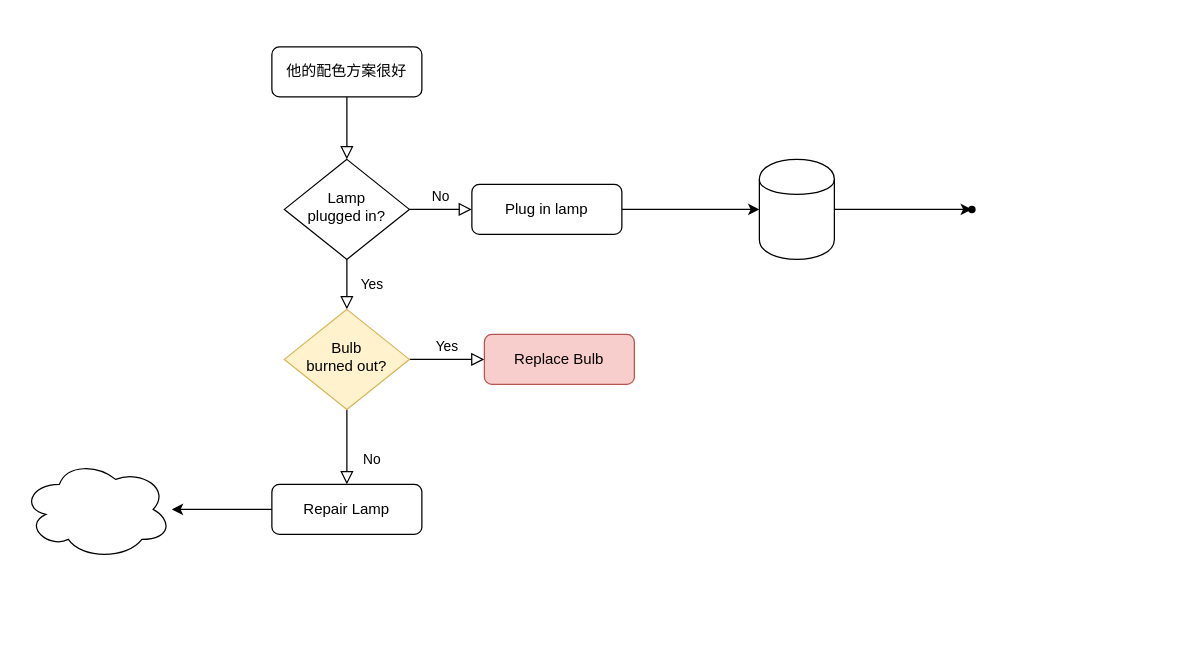
Above: Untitled Diagram.drawio in jxjgssylsg/YLResources (draw.io), before the change. Source tidied: cells renumbered, new cells numbered last; positions are measured from the earlier drawing's top-left corner, leaving out a move shared by most shapes. Both pictures are drawn from the tidied source at 125%, with x=0, y=0 at pixel (21, 46).
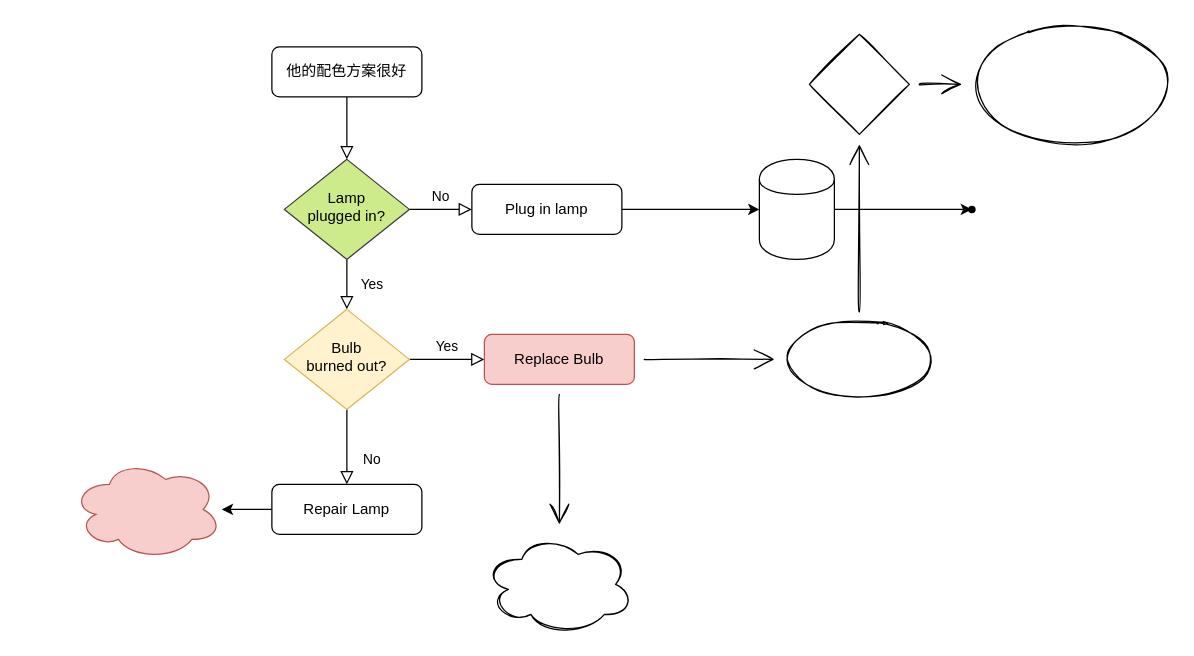
The same diagram, later.

Unchanged cells that the change refers to:
```xml
<mxCell id="14" value="Replace Bulb" style="rounded=1;whiteSpace=wrap;html=1;fontSize=12;glass=0;strokeWidth=1;shadow=0;fillColor=#f8cecc;strokeColor=#b85450;" parent="1" vertex="1">
  <mxGeometry x="370" y="230" width="120" height="40" as="geometry" />
</mxCell>
```

Change to the diagram source:
```diff
@@
-    <mxCell id="6" value="Lamp&lt;br&gt;plugged in?" style="rhombus;whiteSpace=wrap;html=1;shadow=0;fontFamily=Helvetica;fontSize=12;align=center;strokeWidth=1;spacing=6;spacingTop=-4;" parent="1" vertex="1">
+    <mxCell id="6" value="Lamp&lt;br&gt;plugged in?" style="rhombus;whiteSpace=wrap;html=1;shadow=0;fontFamily=Helvetica;fontSize=12;align=center;strokeWidth=1;spacing=6;spacingTop=-4;fillColor=#cdeb8b;strokeColor=#36393d;" parent="1" vertex="1">
       <mxGeometry x="210" y="90" width="100" height="80" as="geometry" />
     </mxCell>
@@
+    <mxCell id="19" style="edgeStyle=none;curved=1;rounded=0;sketch=1;hachureGap=4;jettySize=auto;html=1;fontFamily=Architects Daughter;fontSize=16;endArrow=open;startSize=14;endSize=14;sourcePerimeterSpacing=8;targetPerimeterSpacing=8;" parent="1" edge="1" source="14" target="22">
+      <mxGeometry relative="1" as="geometry" />
+    </mxCell>
+    <mxCell id="20" style="edgeStyle=none;curved=1;rounded=0;sketch=1;hachureGap=4;jettySize=auto;html=1;fontFamily=Architects Daughter;fontSize=16;endArrow=open;startSize=14;endSize=14;sourcePerimeterSpacing=8;targetPerimeterSpacing=8;" parent="1" edge="1" source="14" target="26">
+      <mxGeometry relative="1" as="geometry" />
+    </mxCell>
@@
-    <mxCell id="18" style="ellipse;shape=cloud;whiteSpace=wrap;html=1;rounded=1;shadow=0;strokeWidth=1;glass=0;" parent="1" vertex="1">
-      <mxGeometry y="330" width="120" height="80" as="geometry" />
+    <mxCell id="18" style="ellipse;shape=cloud;whiteSpace=wrap;html=1;rounded=1;shadow=0;strokeWidth=1;glass=0;fillColor=#f8cecc;strokeColor=#b85450;" parent="1" vertex="1">
+      <mxGeometry x="40" y="330" width="120" height="80" as="geometry" />
     </mxCell>
+    <mxCell id="21" style="edgeStyle=none;curved=1;rounded=0;sketch=1;hachureGap=4;jettySize=auto;html=1;fontFamily=Architects Daughter;fontSize=16;endArrow=open;startSize=14;endSize=14;sourcePerimeterSpacing=8;targetPerimeterSpacing=8;" parent="1" edge="1" source="22" target="24">
+      <mxGeometry relative="1" as="geometry" />
+    </mxCell>
+    <mxCell id="22" style="ellipse;whiteSpace=wrap;html=1;sketch=1;hachureGap=4;fontFamily=Architects Daughter;fontSize=20;" parent="1" vertex="1">
+      <mxGeometry x="610" y="220" width="120" height="60" as="geometry" />
+    </mxCell>
+    <mxCell id="23" style="edgeStyle=none;curved=1;rounded=0;sketch=1;hachureGap=4;jettySize=auto;html=1;fontFamily=Architects Daughter;fontSize=16;endArrow=open;startSize=14;endSize=14;sourcePerimeterSpacing=8;targetPerimeterSpacing=8;" parent="1" edge="1" source="24" target="25">
+      <mxGeometry relative="1" as="geometry" />
+    </mxCell>
+    <mxCell id="24" style="rhombus;whiteSpace=wrap;html=1;sketch=1;hachureGap=4;fontFamily=Architects Daughter;fontSize=20;" parent="1" vertex="1">
+      <mxGeometry x="630" y="-10" width="80" height="80" as="geometry" />
+    </mxCell>
+    <mxCell id="25" style="ellipse;whiteSpace=wrap;html=1;sketch=1;hachureGap=4;fontFamily=Architects Daughter;fontSize=20;" parent="1" vertex="1">
+      <mxGeometry x="760" y="-20" width="160" height="100" as="geometry" />
+    </mxCell>
+    <mxCell id="26" style="ellipse;shape=cloud;whiteSpace=wrap;html=1;sketch=1;hachureGap=4;fontFamily=Architects Daughter;fontSize=20;" parent="1" vertex="1">
+      <mxGeometry x="370" y="390" width="120" height="80" as="geometry" />
+    </mxCell>
```
